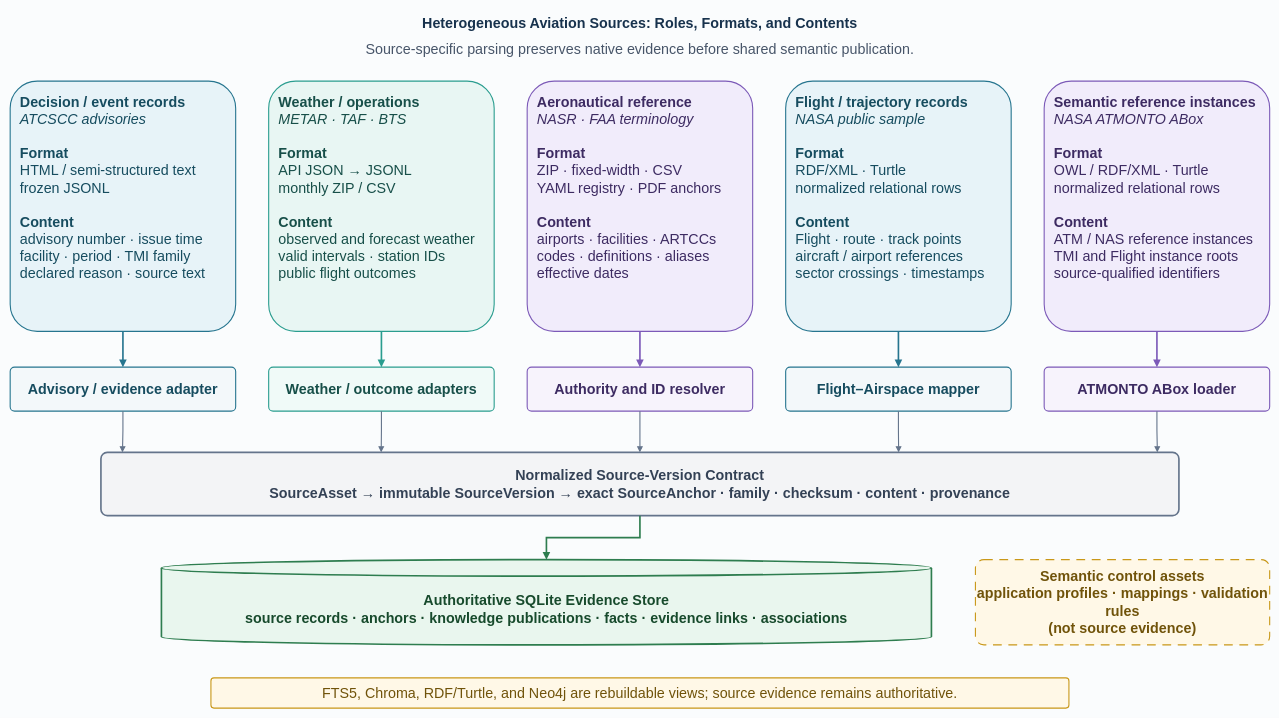
Above: docs/figures/heterogeneous_source_formats.drawio in exordor/aviation_agentic_ai (draw.io), before the change. Source tidied: cells renumbered, new cells numbered last; positions are measured from the earlier drawing's top-left corner, leaving out a move shared by most shapes. Both pictures are drawn from the tidied source at 55%, with x=0, y=0 at pixel (10, 9).
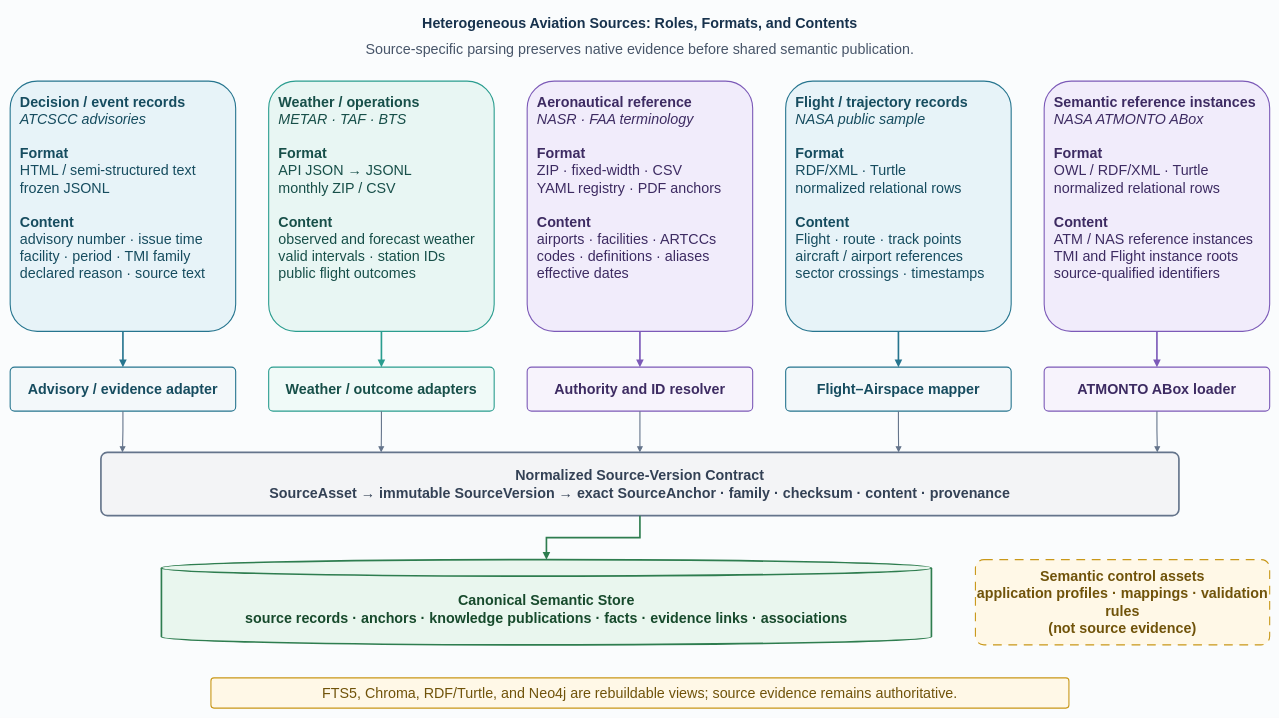
After the change.

Commit message (it also covers changes not shown here):
docs(agent-system): align framework architecture and terminology

What changed in the source:
```diff
@@
-    <mxCell id="15" value="Authoritative SQLite Evidence Store&#10;source records · anchors · knowledge publications · facts · evidence links · associations" style="shape=cylinder3;boundedLbl=1;backgroundOutline=1;size=15;html=1;whiteSpace=wrap;align=center;verticalAlign=middle;fontFamily=Helvetica;fontSize=26;fontStyle=1;fillColor=#E9F6EE;strokeColor=#2E7D4F;fontColor=#174A2C;strokeWidth=3;" parent="1" vertex="1">
+    <mxCell id="15" value="Canonical Semantic Store&#10;source records · anchors · knowledge publications · facts · evidence links · associations" style="shape=cylinder3;boundedLbl=1;backgroundOutline=1;size=15;html=1;whiteSpace=wrap;align=center;verticalAlign=middle;fontFamily=Helvetica;fontSize=26;fontStyle=1;fillColor=#E9F6EE;strokeColor=#2E7D4F;fontColor=#174A2C;strokeWidth=3;" parent="1" vertex="1">
       <mxGeometry x="275" y="1000" width="1400" height="155" as="geometry" />
     </mxCell>
```
